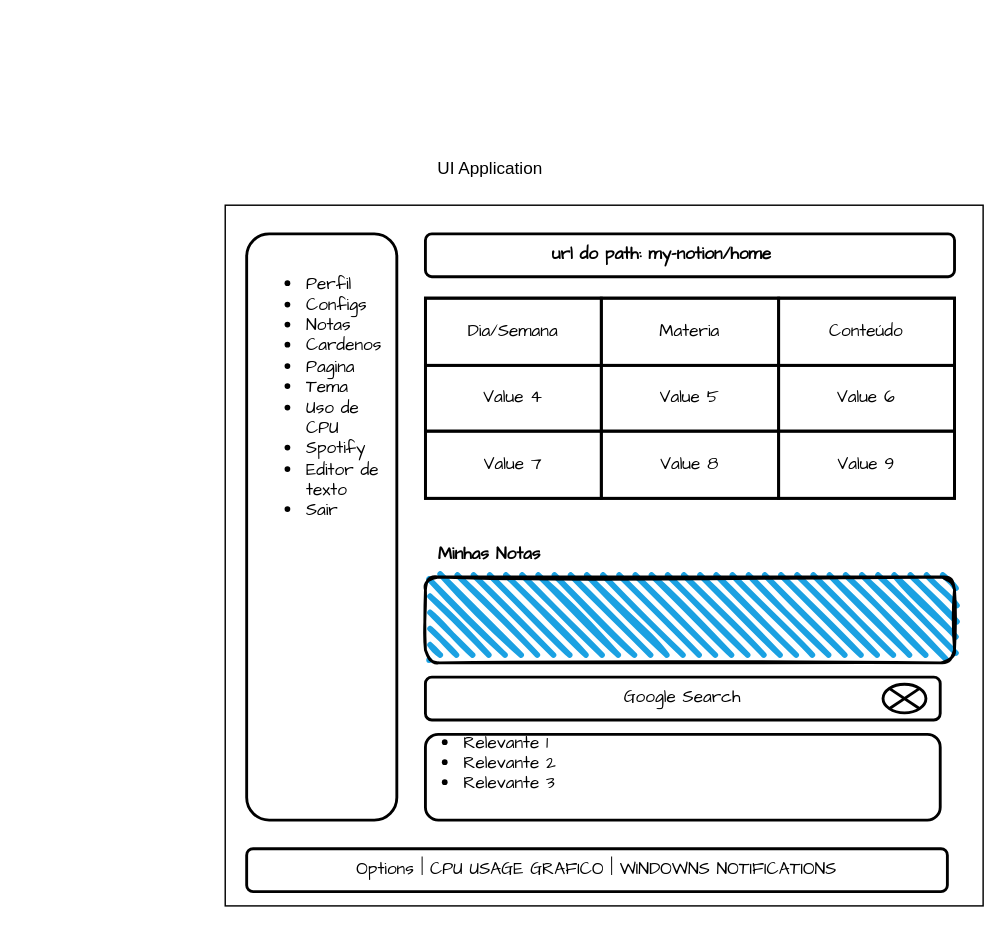
Above: Notation-app/ui.dio in PedroVictor022/MyNotations-Desktop (draw.io), before the change. Source tidied: cells renumbered, new cells numbered last; positions are measured from the earlier drawing's top-left corner, leaving out a move shared by most shapes. Both pictures are drawn from the tidied source at 143%, with x=0, y=0 at pixel (225, 147).
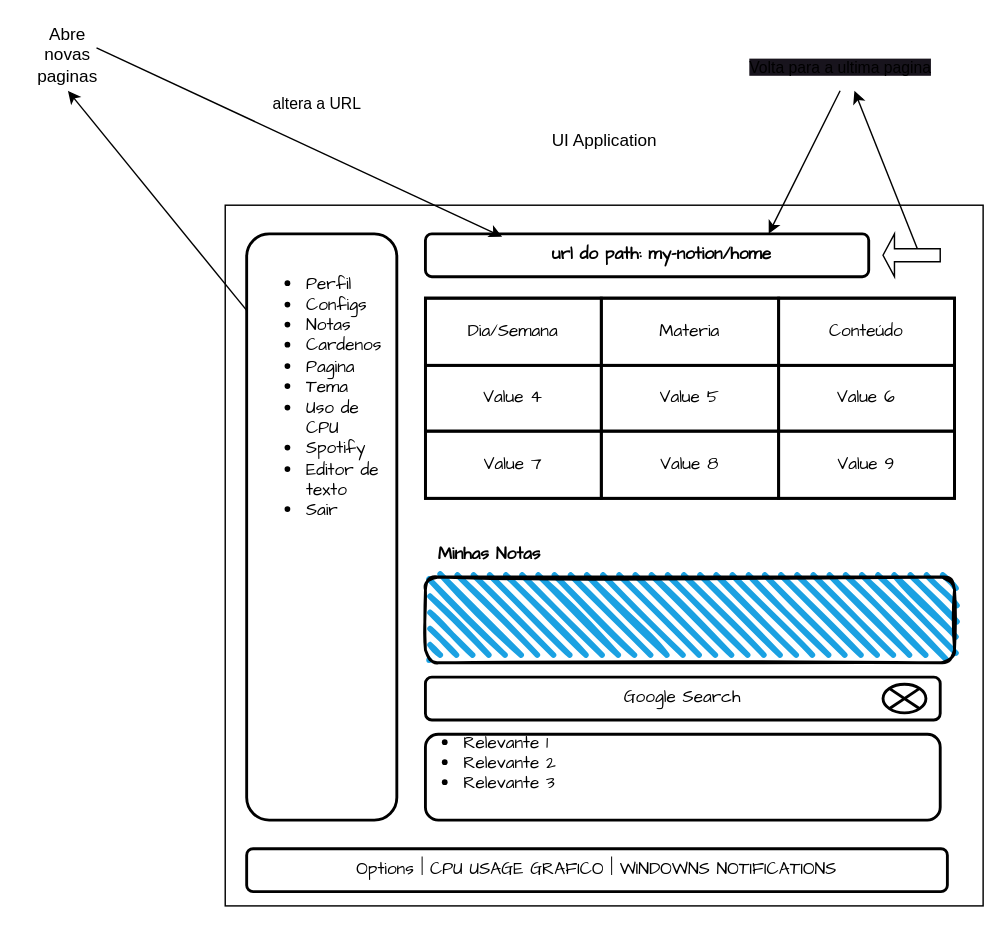
The same page after the edit.

The change refers to these unchanged cells:
```xml
<mxCell id="5" value="&lt;pre&gt;&lt;b&gt;&lt;font face=&quot;Comic Sans MS&quot;&gt;url do path: my-notion/home&lt;/font&gt;&lt;/b&gt;&lt;/pre&gt;" style="text;html=1;align=center;verticalAlign=middle;points=[];strokeColor=none;fillColor=none;strokeWidth=12;" parent="1" vertex="1">
  <mxGeometry x="210" y="50" width="190" height="50" as="geometry" />
</mxCell>
<mxCell id="7" value="&lt;ul&gt;&lt;li&gt;Perfil&lt;/li&gt;&lt;li&gt;Configs&lt;/li&gt;&lt;li&gt;Notas&lt;/li&gt;&lt;li&gt;Cardenos&lt;/li&gt;&lt;li&gt;Pagina&lt;/li&gt;&lt;li&gt;Tema&lt;/li&gt;&lt;li&gt;Uso de CPU&lt;/li&gt;&lt;li&gt;Spotify&lt;/li&gt;&lt;li&gt;Editor de texto&lt;/li&gt;&lt;li&gt;Sair&lt;/li&gt;&lt;/ul&gt;" style="text;strokeColor=none;fillColor=none;html=1;whiteSpace=wrap;verticalAlign=middle;overflow=hidden;strokeWidth=2;fontFamily=Comic Sans MS;" parent="1" vertex="1">
  <mxGeometry x="15" y="70" width="100" height="210" as="geometry" />
</mxCell>
```

Change to the diagram source:
```diff
@@
     <mxCell id="3" value="UI Application" style="text;html=1;align=center;verticalAlign=middle;strokeColor=none;fillColor=none;strokeWidth=5;" parent="1" vertex="1">
-      <mxGeometry x="135" width="100" height="30" as="geometry" />
+      <mxGeometry x="215" y="-20" width="100" height="30" as="geometry" />
     </mxCell>
     <mxCell id="4" style="rounded=1;whiteSpace=wrap;html=1;strokeWidth=2;" parent="1" vertex="1">
-      <mxGeometry x="140" y="60" width="370" height="30" as="geometry" />
+      <mxGeometry x="140" y="60" width="310" height="30" as="geometry" />
     </mxCell>
@@
+    <mxCell id="28" style="edgeStyle=none;html=1;" parent="1" edge="1" source="7">
+      <mxGeometry relative="1" as="geometry">
+        <mxPoint x="-110" y="-40" as="targetPoint" />
+      </mxGeometry>
+    </mxCell>
@@
+    <mxCell id="29" value="altera a URL" style="edgeStyle=none;html=1;entryX=0.173;entryY=0.067;entryDx=0;entryDy=0;entryPerimeter=0;" parent="1" edge="1" target="4">
+      <mxGeometry y="30" relative="1" as="geometry">
+        <mxPoint x="-90" y="-70" as="sourcePoint" />
+      </mxGeometry>
+    </mxCell>
+    <mxCell id="30" value="Abre novas paginas" style="text;html=1;strokeColor=none;fillColor=none;align=center;verticalAlign=middle;whiteSpace=wrap;rounded=0;" parent="1" vertex="1">
+      <mxGeometry x="-140" y="-80" width="60" height="30" as="geometry" />
+    </mxCell>
+    <mxCell id="31" style="edgeStyle=none;html=1;exitX=0;exitY=0;exitDx=16;exitDy=19.5;exitPerimeter=0;" parent="1" edge="1" source="32">
+      <mxGeometry relative="1" as="geometry">
+        <mxPoint x="440" y="-40" as="targetPoint" />
+      </mxGeometry>
+    </mxCell>
+    <mxCell id="32" style="shape=singleArrow;direction=west;whiteSpace=wrap;html=1;" parent="1" vertex="1">
+      <mxGeometry x="460" y="60" width="40" height="30" as="geometry" />
+    </mxCell>
+    <mxCell id="33" style="edgeStyle=none;html=1;exitX=0.5;exitY=1;exitDx=0;exitDy=0;entryX=0.895;entryY=0.2;entryDx=0;entryDy=0;entryPerimeter=0;" parent="1" edge="1" source="34" target="5">
+      <mxGeometry relative="1" as="geometry" />
+    </mxCell>
+    <mxCell id="34" value="&lt;span style=&quot;font-size: 11px; font-weight: 400; background-color: rgb(24, 20, 29);&quot;&gt;Volta para a ultima pagina&lt;/span&gt;" style="text;strokeColor=none;fillColor=none;html=1;fontSize=24;fontStyle=1;verticalAlign=middle;align=center;" parent="1" vertex="1">
+      <mxGeometry x="380" y="-80" width="100" height="40" as="geometry" />
+    </mxCell>
```
